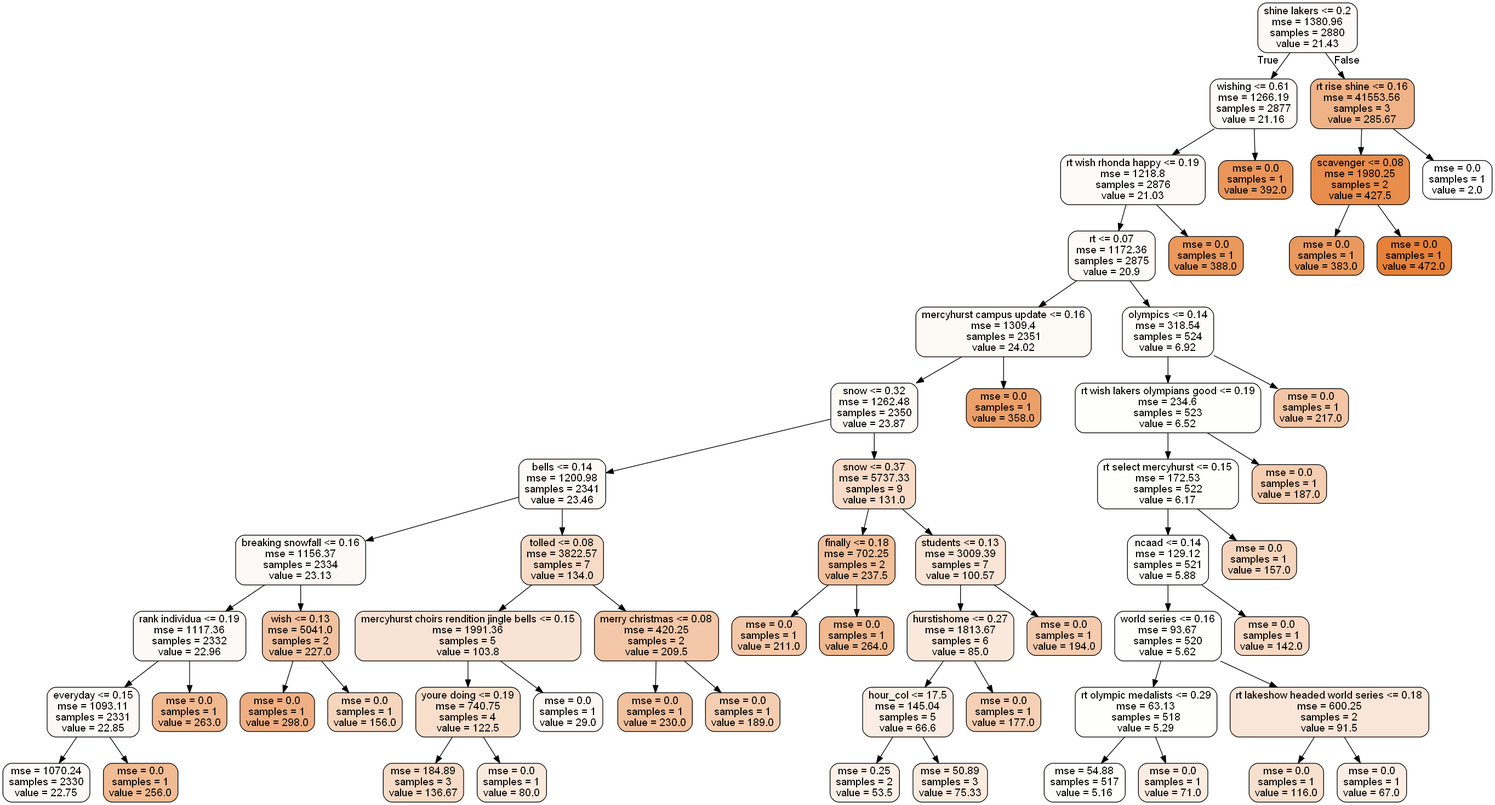
Above: tree10.png in justinminsk/mining_mercyhurst (Graphviz), before the change. Its source is kept beside it as tree10.dot. The source it was exported from:
```dot
digraph Tree {
node [shape=box, style="filled, rounded", color="black", fontname=helvetica] ;
edge [fontname=helvetica] ;
0 [label="rt wish <= 0.16\nmse = 1340.23\nsamples = 2880\nvalue = 21.35", fillcolor="#e581390b"] ;
1 [label="snow <= 0.32\nmse = 1284.88\nsamples = 2878\nvalue = 21.16", fillcolor="#e581390b"] ;
0 -> 1 [labeldistance=2.5, labelangle=45, headlabel="True"] ;
2 [label="wishing <= 0.61\nmse = 1219.8\nsamples = 2868\nvalue = 20.75", fillcolor="#e581390a"] ;
1 -> 2 ;
3 [label="rt <= 0.05\nmse = 1172.14\nsamples = 2867\nvalue = 20.62", fillcolor="#e581390a"] ;
2 -> 3 ;
4 [label="mercyhurst campus update safety <= 0.16\nmse = 1323.05\nsamples = 2330\nvalue = 23.81", fillcolor="#e581390c"] ;
3 -> 4 ;
5 [label="day today <= 0.17\nmse = 1275.64\nsamples = 2329\nvalue = 23.67", fillcolor="#e581390c"] ;
4 -> 5 ;
6 [label="breaking <= 0.29\nmse = 1226.19\nsamples = 2327\nvalue = 23.47", fillcolor="#e581390c"] ;
5 -> 6 ;
7 [label="bells <= 0.14\nmse = 1187.25\nsamples = 2325\nvalue = 23.3", fillcolor="#e581390c"] ;
6 -> 7 ;
8 [label="rank <= 0.19\nmse = 1148.16\nsamples = 2320\nvalue = 23.02", fillcolor="#e581390c"] ;
7 -> 8 ;
9 [label="mercyhurst born shamrock hand <= 0.16\nmse = 1123.81\nsamples = 2319\nvalue = 22.92", fillcolor="#e581390c"] ;
8 -> 9 ;
10 [label="mse = 1100.84\nsamples = 2318\nvalue = 22.82", fillcolor="#e581390c"] ;
9 -> 10 ;
11 [label="mse = 0.0\nsamples = 1\nvalue = 256.0", fillcolor="#e58139a5"] ;
9 -> 11 ;
12 [label="mse = 0.0\nsamples = 1\nvalue = 263.0", fillcolor="#e58139aa"] ;
8 -> 12 ;
13 [label="tolled <= 0.08\nmse = 2778.56\nsamples = 5\nvalue = 151.8", fillcolor="#e5813961"] ;
7 -> 13 ;
14 [label="great <= 0.11\nmse = 651.56\nsamples = 3\nvalue = 113.33", fillcolor="#e5813947"] ;
13 -> 14 ;
15 [label="mse = 144.0\nsamples = 2\nvalue = 130.0", fillcolor="#e5813952"] ;
14 -> 15 ;
16 [label="mse = 0.0\nsamples = 1\nvalue = 80.0", fillcolor="#e5813931"] ;
14 -> 16 ;
17 [label="nationalwalkoutday <= 0.15\nmse = 420.25\nsamples = 2\nvalue = 209.5", fillcolor="#e5813987"] ;
13 -> 17 ;
18 [label="mse = 0.0\nsamples = 1\nvalue = 189.0", fillcolor="#e5813979"] ;
17 -> 18 ;
19 [label="mse = 0.0\nsamples = 1\nvalue = 230.0", fillcolor="#e5813994"] ;
17 -> 19 ;
20 [label="record breaking <= 0.3\nmse = 5041.0\nsamples = 2\nvalue = 227.0", fillcolor="#e5813992"] ;
6 -> 20 ;
21 [label="mse = 0.0\nsamples = 1\nvalue = 156.0", fillcolor="#e5813963"] ;
20 -> 21 ;
22 [label="mse = 0.0\nsamples = 1\nvalue = 298.0", fillcolor="#e58139c1"] ;
20 -> 22 ;
23 [label="hurst day today <= 0.45\nmse = 7310.25\nsamples = 2\nvalue = 250.5", fillcolor="#e58139a2"] ;
5 -> 23 ;
24 [label="mse = 0.0\nsamples = 1\nvalue = 336.0", fillcolor="#e58139da"] ;
23 -> 24 ;
25 [label="mse = 0.0\nsamples = 1\nvalue = 165.0", fillcolor="#e5813969"] ;
23 -> 25 ;
26 [label="mse = 0.0\nsamples = 1\nvalue = 358.0", fillcolor="#e58139e9"] ;
4 -> 26 ;
27 [label="playing <= 0.14\nmse = 281.95\nsamples = 537\nvalue = 6.79", fillcolor="#e5813901"] ;
3 -> 27 ;
28 [label="ncaad <= 0.1\nmse = 199.88\nsamples = 536\nvalue = 6.4", fillcolor="#e5813901"] ;
27 -> 28 ;
29 [label="mercyhurst col <= 0.15\nmse = 149.95\nsamples = 534\nvalue = 5.97", fillcolor="#e5813901"] ;
28 -> 29 ;
30 [label="atlanticregional <= 0.13\nmse = 107.36\nsamples = 533\nvalue = 5.69", fillcolor="#e5813900"] ;
29 -> 30 ;
31 [label="rt olympic medalists <= 0.29\nmse = 70.02\nsamples = 531\nvalue = 5.31", fillcolor="#e5813900"] ;
30 -> 31 ;
32 [label="lakeshow <= 0.31\nmse = 62.0\nsamples = 530\nvalue = 5.19", fillcolor="#e5813900"] ;
31 -> 32 ;
33 [label="mse = 54.88\nsamples = 529\nvalue = 5.07", fillcolor="#e5813900"] ;
32 -> 33 ;
34 [label="mse = 0.0\nsamples = 1\nvalue = 67.0", fillcolor="#e5813929"] ;
32 -> 34 ;
35 [label="mse = 0.0\nsamples = 1\nvalue = 71.0", fillcolor="#e581392b"] ;
31 -> 35 ;
36 [label="college world <= 0.17\nmse = 121.0\nsamples = 2\nvalue = 105.0", fillcolor="#e5813942"] ;
30 -> 36 ;
37 [label="mse = 0.0\nsamples = 1\nvalue = 94.0", fillcolor="#e581393b"] ;
36 -> 37 ;
38 [label="mse = 0.0\nsamples = 1\nvalue = 116.0", fillcolor="#e5813949"] ;
36 -> 38 ;
39 [label="mse = 0.0\nsamples = 1\nvalue = 157.0", fillcolor="#e5813964"] ;
29 -> 39 ;
40 [label="hour_col <= 7.0\nmse = 462.25\nsamples = 2\nvalue = 120.5", fillcolor="#e581394c"] ;
28 -> 40 ;
41 [label="mse = 0.0\nsamples = 1\nvalue = 99.0", fillcolor="#e581393e"] ;
40 -> 41 ;
42 [label="mse = 0.0\nsamples = 1\nvalue = 142.0", fillcolor="#e581395a"] ;
40 -> 42 ;
43 [label="mse = 0.0\nsamples = 1\nvalue = 217.0", fillcolor="#e581398c"] ;
27 -> 43 ;
44 [label="mse = 0.0\nsamples = 1\nvalue = 392.0", fillcolor="#e58139ff"] ;
2 -> 44 ;
45 [label="snow <= 0.37\nmse = 6179.61\nsamples = 10\nvalue = 138.3", fillcolor="#e5813958"] ;
1 -> 45 ;
46 [label="hour_col <= 16.5\nmse = 521.56\nsamples = 3\nvalue = 232.33", fillcolor="#e5813996"] ;
45 -> 46 ;
47 [label="mse = 0.0\nsamples = 1\nvalue = 264.0", fillcolor="#e58139ab"] ;
46 -> 47 ;
48 [label="idea <= 0.19\nmse = 30.25\nsamples = 2\nvalue = 216.5", fillcolor="#e581398b"] ;
46 -> 48 ;
49 [label="mse = 0.0\nsamples = 1\nvalue = 211.0", fillcolor="#e5813988"] ;
48 -> 49 ;
50 [label="mse = 0.0\nsamples = 1\nvalue = 222.0", fillcolor="#e581398f"] ;
48 -> 50 ;
51 [label="students <= 0.13\nmse = 3190.86\nsamples = 7\nvalue = 98.0", fillcolor="#e581393d"] ;
45 -> 51 ;
52 [label="hurstishome <= 0.27\nmse = 1930.67\nsamples = 6\nvalue = 82.0", fillcolor="#e5813933"] ;
51 -> 52 ;
53 [label="snow <= 0.5\nmse = 150.8\nsamples = 5\nvalue = 63.0", fillcolor="#e5813926"] ;
52 -> 53 ;
54 [label="rt snowlike snow <= 0.31\nmse = 0.67\nsamples = 3\nvalue = 54.0", fillcolor="#e5813920"] ;
53 -> 54 ;
55 [label="hurstishome <= 0.13\nmse = 0.25\nsamples = 2\nvalue = 53.5", fillcolor="#e5813920"] ;
54 -> 55 ;
56 [label="mse = 0.0\nsamples = 1\nvalue = 54.0", fillcolor="#e5813920"] ;
55 -> 56 ;
57 [label="mse = 0.0\nsamples = 1\nvalue = 53.0", fillcolor="#e5813920"] ;
55 -> 57 ;
58 [label="mse = 0.0\nsamples = 1\nvalue = 55.0", fillcolor="#e5813921"] ;
54 -> 58 ;
59 [label="campus <= 0.17\nmse = 72.25\nsamples = 2\nvalue = 76.5", fillcolor="#e581392f"] ;
53 -> 59 ;
60 [label="mse = 0.0\nsamples = 1\nvalue = 68.0", fillcolor="#e5813929"] ;
59 -> 60 ;
61 [label="mse = 0.0\nsamples = 1\nvalue = 85.0", fillcolor="#e5813935"] ;
59 -> 61 ;
62 [label="mse = 0.0\nsamples = 1\nvalue = 177.0", fillcolor="#e5813971"] ;
52 -> 62 ;
63 [label="mse = 0.0\nsamples = 1\nvalue = 194.0", fillcolor="#e581397d"] ;
51 -> 63 ;
64 [label="good luck <= 0.11\nmse = 10100.25\nsamples = 2\nvalue = 287.5", fillcolor="#e58139ba"] ;
0 -> 64 [labeldistance=2.5, labelangle=-45, headlabel="False"] ;
65 [label="mse = 0.0\nsamples = 1\nvalue = 388.0", fillcolor="#e58139fc"] ;
64 -> 65 ;
66 [label="mse = 0.0\nsamples = 1\nvalue = 187.0", fillcolor="#e5813978"] ;
64 -> 66 ;
}
```
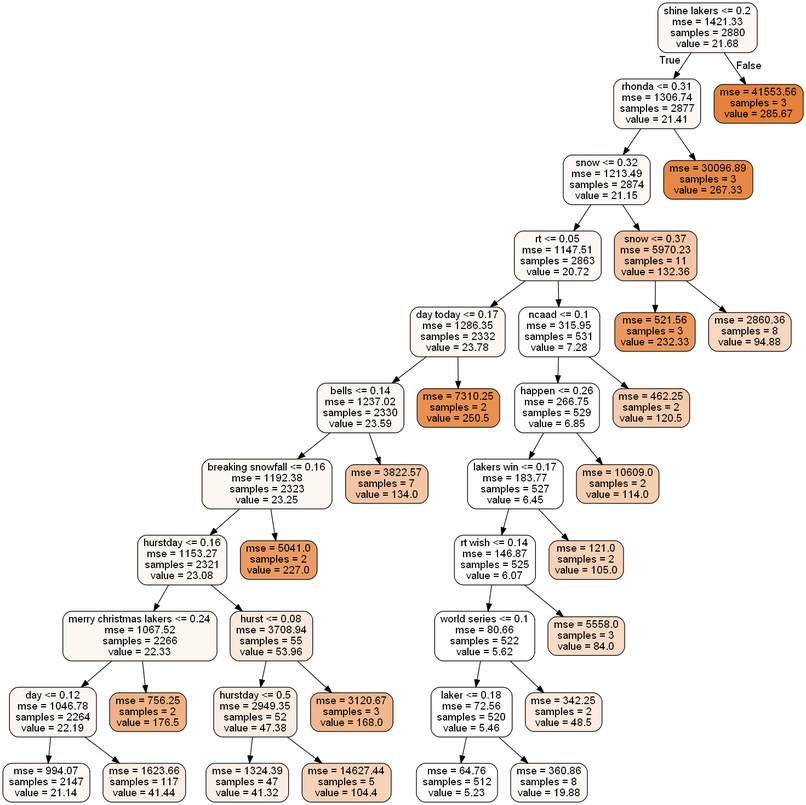
The same diagram one commit later.

Diff of the diagram source:
```diff
@@ -1,137 +1,77 @@
 digraph Tree {
 node [shape=box, style="filled, rounded", color="black", fontname=helvetica] ;
 edge [fontname=helvetica] ;
-0 [label="rt wish <= 0.16\nmse = 1340.23\nsamples = 2880\nvalue = 21.35", fillcolor="#e581390b"] ;
-1 [label="snow <= 0.32\nmse = 1284.88\nsamples = 2878\nvalue = 21.16", fillcolor="#e581390b"] ;
+0 [label="shine lakers <= 0.2\nmse = 1454.34\nsamples = 2880\nvalue = 21.9", fillcolor="#e581390f"] ;
+1 [label="snow <= 0.32\nmse = 1339.9\nsamples = 2877\nvalue = 21.62", fillcolor="#e581390f"] ;
 0 -> 1 [labeldistance=2.5, labelangle=45, headlabel="True"] ;
-2 [label="wishing <= 0.61\nmse = 1219.8\nsamples = 2868\nvalue = 20.75", fillcolor="#e581390a"] ;
+2 [label="rhonda <= 0.31\nmse = 1274.88\nsamples = 2866\nvalue = 21.2", fillcolor="#e581390e"] ;
 1 -> 2 ;
-3 [label="rt <= 0.05\nmse = 1172.14\nsamples = 2867\nvalue = 20.62", fillcolor="#e581390a"] ;
+3 [label="rt <= 0.07\nmse = 1181.4\nsamples = 2862\nvalue = 20.95", fillcolor="#e581390e"] ;
 2 -> 3 ;
-4 [label="mercyhurst campus update safety <= 0.16\nmse = 1323.05\nsamples = 2330\nvalue = 23.81", fillcolor="#e581390c"] ;
+4 [label="mercyhurst campus <= 0.25\nmse = 1319.34\nsamples = 2337\nvalue = 24.02", fillcolor="#e5813911"] ;
 3 -> 4 ;
-5 [label="day today <= 0.17\nmse = 1275.64\nsamples = 2329\nvalue = 23.67", fillcolor="#e581390c"] ;
+5 [label="day today <= 0.17\nmse = 1265.42\nsamples = 2335\nvalue = 23.82", fillcolor="#e5813911"] ;
 4 -> 5 ;
-6 [label="breaking <= 0.29\nmse = 1226.19\nsamples = 2327\nvalue = 23.47", fillcolor="#e581390c"] ;
+6 [label="bells <= 0.14\nmse = 1216.15\nsamples = 2333\nvalue = 23.62", fillcolor="#e5813911"] ;
 5 -> 6 ;
-7 [label="bells <= 0.14\nmse = 1187.25\nsamples = 2325\nvalue = 23.3", fillcolor="#e581390c"] ;
+7 [label="breaking <= 0.29\nmse = 1171.53\nsamples = 2326\nvalue = 23.29", fillcolor="#e5813910"] ;
 6 -> 7 ;
-8 [label="rank <= 0.19\nmse = 1148.16\nsamples = 2320\nvalue = 23.02", fillcolor="#e581390c"] ;
+8 [label="day <= 0.12\nmse = 1132.46\nsamples = 2324\nvalue = 23.12", fillcolor="#e5813910"] ;
 7 -> 8 ;
-9 [label="mercyhurst born shamrock hand <= 0.16\nmse = 1123.81\nsamples = 2319\nvalue = 22.92", fillcolor="#e581390c"] ;
+9 [label="views <= 0.52\nmse = 1085.8\nsamples = 2195\nvalue = 22.04", fillcolor="#e581390f"] ;
 8 -> 9 ;
-10 [label="mse = 1100.84\nsamples = 2318\nvalue = 22.82", fillcolor="#e581390c"] ;
+10 [label="mse = 1065.78\nsamples = 2192\nvalue = 21.89", fillcolor="#e581390f"] ;
 9 -> 10 ;
-11 [label="mse = 0.0\nsamples = 1\nvalue = 256.0", fillcolor="#e58139a5"] ;
+11 [label="mse = 2787.56\nsamples = 3\nvalue = 135.67", fillcolor="#e5813977"] ;
 9 -> 11 ;
-12 [label="mse = 0.0\nsamples = 1\nvalue = 263.0", fillcolor="#e58139aa"] ;
+12 [label="day classes <= 0.32\nmse = 1572.95\nsamples = 129\nvalue = 41.39", fillcolor="#e5813921"] ;
 8 -> 12 ;
-13 [label="tolled <= 0.08\nmse = 2778.56\nsamples = 5\nvalue = 151.8", fillcolor="#e5813961"] ;
-7 -> 13 ;
-14 [label="great <= 0.11\nmse = 651.56\nsamples = 3\nvalue = 113.33", fillcolor="#e5813947"] ;
-13 -> 14 ;
-15 [label="mse = 144.0\nsamples = 2\nvalue = 130.0", fillcolor="#e5813952"] ;
-14 -> 15 ;
-16 [label="mse = 0.0\nsamples = 1\nvalue = 80.0", fillcolor="#e5813931"] ;
-14 -> 16 ;
-17 [label="nationalwalkoutday <= 0.15\nmse = 420.25\nsamples = 2\nvalue = 209.5", fillcolor="#e5813987"] ;
-13 -> 17 ;
-18 [label="mse = 0.0\nsamples = 1\nvalue = 189.0", fillcolor="#e5813979"] ;
-17 -> 18 ;
-19 [label="mse = 0.0\nsamples = 1\nvalue = 230.0", fillcolor="#e5813994"] ;
-17 -> 19 ;
-20 [label="record breaking <= 0.3\nmse = 5041.0\nsamples = 2\nvalue = 227.0", fillcolor="#e5813992"] ;
-6 -> 20 ;
-21 [label="mse = 0.0\nsamples = 1\nvalue = 156.0", fillcolor="#e5813963"] ;
+13 [label="mse = 1409.42\nsamples = 127\nvalue = 39.74", fillcolor="#e581391f"] ;
+12 -> 13 ;
+14 [label="mse = 841.0\nsamples = 2\nvalue = 146.0", fillcolor="#e5813980"] ;
+12 -> 14 ;
+15 [label="mse = 5041.0\nsamples = 2\nvalue = 227.0", fillcolor="#e58139ca"] ;
+7 -> 15 ;
+16 [label="mse = 3822.57\nsamples = 7\nvalue = 134.0", fillcolor="#e5813975"] ;
+6 -> 16 ;
+17 [label="mse = 7310.25\nsamples = 2\nvalue = 250.5", fillcolor="#e58139df"] ;
+5 -> 17 ;
+18 [label="mse = 10404.0\nsamples = 2\nvalue = 256.0", fillcolor="#e58139e4"] ;
+4 -> 18 ;
+19 [label="happen <= 0.26\nmse = 338.71\nsamples = 525\nvalue = 7.28", fillcolor="#e5813902"] ;
+3 -> 19 ;
+20 [label="atlanticregional <= 0.13\nmse = 255.71\nsamples = 523\nvalue = 6.87", fillcolor="#e5813901"] ;
+19 -> 20 ;
+21 [label="rt wish <= 0.14\nmse = 219.13\nsamples = 521\nvalue = 6.5", fillcolor="#e5813901"] ;
 20 -> 21 ;
-22 [label="mse = 0.0\nsamples = 1\nvalue = 298.0", fillcolor="#e58139c1"] ;
-20 -> 22 ;
-23 [label="hurst day today <= 0.45\nmse = 7310.25\nsamples = 2\nvalue = 250.5", fillcolor="#e58139a2"] ;
-5 -> 23 ;
-24 [label="mse = 0.0\nsamples = 1\nvalue = 336.0", fillcolor="#e58139da"] ;
+22 [label="vallimont <= 0.14\nmse = 153.22\nsamples = 518\nvalue = 6.05", fillcolor="#e5813901"] ;
+21 -> 22 ;
+23 [label="state <= 0.22\nmse = 109.55\nsamples = 516\nvalue = 5.75", fillcolor="#e5813900"] ;
+22 -> 23 ;
+24 [label="headed <= 0.13\nmse = 73.77\nsamples = 514\nvalue = 5.49", fillcolor="#e5813900"] ;
 23 -> 24 ;
-25 [label="mse = 0.0\nsamples = 1\nvalue = 165.0", fillcolor="#e5813969"] ;
-23 -> 25 ;
-26 [label="mse = 0.0\nsamples = 1\nvalue = 358.0", fillcolor="#e58139e9"] ;
-4 -> 26 ;
-27 [label="playing <= 0.14\nmse = 281.95\nsamples = 537\nvalue = 6.79", fillcolor="#e5813901"] ;
-3 -> 27 ;
-28 [label="ncaad <= 0.1\nmse = 199.88\nsamples = 536\nvalue = 6.4", fillcolor="#e5813901"] ;
-27 -> 28 ;
-29 [label="mercyhurst col <= 0.15\nmse = 149.95\nsamples = 534\nvalue = 5.97", fillcolor="#e5813901"] ;
-28 -> 29 ;
-30 [label="atlanticregional <= 0.13\nmse = 107.36\nsamples = 533\nvalue = 5.69", fillcolor="#e5813900"] ;
-29 -> 30 ;
-31 [label="rt olympic medalists <= 0.29\nmse = 70.02\nsamples = 531\nvalue = 5.31", fillcolor="#e5813900"] ;
-30 -> 31 ;
-32 [label="lakeshow <= 0.31\nmse = 62.0\nsamples = 530\nvalue = 5.19", fillcolor="#e5813900"] ;
-31 -> 32 ;
-33 [label="mse = 54.88\nsamples = 529\nvalue = 5.07", fillcolor="#e5813900"] ;
-32 -> 33 ;
-34 [label="mse = 0.0\nsamples = 1\nvalue = 67.0", fillcolor="#e5813929"] ;
-32 -> 34 ;
-35 [label="mse = 0.0\nsamples = 1\nvalue = 71.0", fillcolor="#e581392b"] ;
-31 -> 35 ;
-36 [label="college world <= 0.17\nmse = 121.0\nsamples = 2\nvalue = 105.0", fillcolor="#e5813942"] ;
-30 -> 36 ;
-37 [label="mse = 0.0\nsamples = 1\nvalue = 94.0", fillcolor="#e581393b"] ;
-36 -> 37 ;
-38 [label="mse = 0.0\nsamples = 1\nvalue = 116.0", fillcolor="#e5813949"] ;
-36 -> 38 ;
-39 [label="mse = 0.0\nsamples = 1\nvalue = 157.0", fillcolor="#e5813964"] ;
-29 -> 39 ;
-40 [label="hour_col <= 7.0\nmse = 462.25\nsamples = 2\nvalue = 120.5", fillcolor="#e581394c"] ;
-28 -> 40 ;
-41 [label="mse = 0.0\nsamples = 1\nvalue = 99.0", fillcolor="#e581393e"] ;
-40 -> 41 ;
-42 [label="mse = 0.0\nsamples = 1\nvalue = 142.0", fillcolor="#e581395a"] ;
-40 -> 42 ;
-43 [label="mse = 0.0\nsamples = 1\nvalue = 217.0", fillcolor="#e581398c"] ;
-27 -> 43 ;
-44 [label="mse = 0.0\nsamples = 1\nvalue = 392.0", fillcolor="#e58139ff"] ;
-2 -> 44 ;
-45 [label="snow <= 0.37\nmse = 6179.61\nsamples = 10\nvalue = 138.3", fillcolor="#e5813958"] ;
-1 -> 45 ;
-46 [label="hour_col <= 16.5\nmse = 521.56\nsamples = 3\nvalue = 232.33", fillcolor="#e5813996"] ;
-45 -> 46 ;
-47 [label="mse = 0.0\nsamples = 1\nvalue = 264.0", fillcolor="#e58139ab"] ;
-46 -> 47 ;
-48 [label="idea <= 0.19\nmse = 30.25\nsamples = 2\nvalue = 216.5", fillcolor="#e581398b"] ;
-46 -> 48 ;
-49 [label="mse = 0.0\nsamples = 1\nvalue = 211.0", fillcolor="#e5813988"] ;
-48 -> 49 ;
-50 [label="mse = 0.0\nsamples = 1\nvalue = 222.0", fillcolor="#e581398f"] ;
-48 -> 50 ;
-51 [label="students <= 0.13\nmse = 3190.86\nsamples = 7\nvalue = 98.0", fillcolor="#e581393d"] ;
-45 -> 51 ;
-52 [label="hurstishome <= 0.27\nmse = 1930.67\nsamples = 6\nvalue = 82.0", fillcolor="#e5813933"] ;
-51 -> 52 ;
-53 [label="snow <= 0.5\nmse = 150.8\nsamples = 5\nvalue = 63.0", fillcolor="#e5813926"] ;
-52 -> 53 ;
-54 [label="rt snowlike snow <= 0.31\nmse = 0.67\nsamples = 3\nvalue = 54.0", fillcolor="#e5813920"] ;
-53 -> 54 ;
-55 [label="hurstishome <= 0.13\nmse = 0.25\nsamples = 2\nvalue = 53.5", fillcolor="#e5813920"] ;
-54 -> 55 ;
-56 [label="mse = 0.0\nsamples = 1\nvalue = 54.0", fillcolor="#e5813920"] ;
-55 -> 56 ;
-57 [label="mse = 0.0\nsamples = 1\nvalue = 53.0", fillcolor="#e5813920"] ;
-55 -> 57 ;
-58 [label="mse = 0.0\nsamples = 1\nvalue = 55.0", fillcolor="#e5813921"] ;
-54 -> 58 ;
-59 [label="campus <= 0.17\nmse = 72.25\nsamples = 2\nvalue = 76.5", fillcolor="#e581392f"] ;
-53 -> 59 ;
-60 [label="mse = 0.0\nsamples = 1\nvalue = 68.0", fillcolor="#e5813929"] ;
-59 -> 60 ;
-61 [label="mse = 0.0\nsamples = 1\nvalue = 85.0", fillcolor="#e5813935"] ;
-59 -> 61 ;
-62 [label="mse = 0.0\nsamples = 1\nvalue = 177.0", fillcolor="#e5813971"] ;
-52 -> 62 ;
-63 [label="mse = 0.0\nsamples = 1\nvalue = 194.0", fillcolor="#e581397d"] ;
-51 -> 63 ;
-64 [label="good luck <= 0.11\nmse = 10100.25\nsamples = 2\nvalue = 287.5", fillcolor="#e58139ba"] ;
-0 -> 64 [labeldistance=2.5, labelangle=-45, headlabel="False"] ;
-65 [label="mse = 0.0\nsamples = 1\nvalue = 388.0", fillcolor="#e58139fc"] ;
-64 -> 65 ;
-66 [label="mse = 0.0\nsamples = 1\nvalue = 187.0", fillcolor="#e5813978"] ;
-64 -> 66 ;
+25 [label="mse = 66.48\nsamples = 512\nvalue = 5.36", fillcolor="#e5813900"] ;
+24 -> 25 ;
+26 [label="mse = 676.0\nsamples = 2\nvalue = 41.0", fillcolor="#e5813920"] ;
+24 -> 26 ;
+27 [label="mse = 4900.0\nsamples = 2\nvalue = 72.0", fillcolor="#e581393d"] ;
+23 -> 27 ;
+28 [label="mse = 5550.25\nsamples = 2\nvalue = 82.5", fillcolor="#e5813946"] ;
+22 -> 28 ;
+29 [label="mse = 5558.0\nsamples = 3\nvalue = 84.0", fillcolor="#e5813948"] ;
+21 -> 29 ;
+30 [label="mse = 121.0\nsamples = 2\nvalue = 105.0", fillcolor="#e581395b"] ;
+20 -> 30 ;
+31 [label="mse = 10609.0\nsamples = 2\nvalue = 114.0", fillcolor="#e5813963"] ;
+19 -> 31 ;
+32 [label="mse = 35872.69\nsamples = 4\nvalue = 200.75", fillcolor="#e58139b2"] ;
+2 -> 32 ;
+33 [label="snow <= 0.37\nmse = 5970.23\nsamples = 11\nvalue = 132.36", fillcolor="#e5813974"] ;
+1 -> 33 ;
+34 [label="mse = 521.56\nsamples = 3\nvalue = 232.33", fillcolor="#e58139ce"] ;
+33 -> 34 ;
+35 [label="mse = 2860.36\nsamples = 8\nvalue = 94.88", fillcolor="#e5813951"] ;
+33 -> 35 ;
+36 [label="mse = 41553.56\nsamples = 3\nvalue = 285.67", fillcolor="#e58139ff"] ;
+0 -> 36 [labeldistance=2.5, labelangle=-45, headlabel="False"] ;
 }
```
